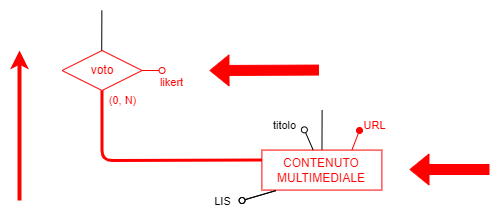
Earlier version of the draw.io export Progetto Esame - DBSperimentazioni A.A. 2023-2024/Immagini/ridondanze/2.3.1.1_schema1a_norid.png (Mattron2000/Basi_di_dati). Source tidied: cells renumbered, new cells last; positions are measured from the earlier drawing's top-left corner, leaving out a move shared by most shapes.
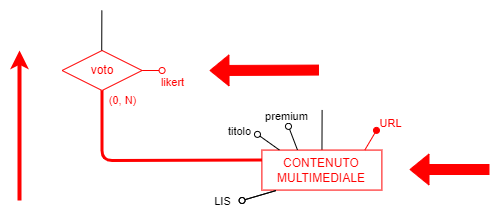
The same file after the commit.

Diff of the diagram source:
```diff
@@ -10,16 +10,6 @@
     <mxCell id="3" value="&lt;font color=&quot;#ff0000&quot;&gt;CONTENUTO&lt;br&gt;MULTIMEDIALE&lt;/font&gt;" style="rounded=0;whiteSpace=wrap;html=1;strokeColor=#FF0000;" parent="1" vertex="1">
       <mxGeometry x="242.4" y="139.6" width="120" height="40" as="geometry" />
     </mxCell>
-    <mxCell id="4" style="endArrow=oval;html=1;fillStyle=auto;strokeWidth=1;startSize=6;endSize=6;fillColor=#000000;startArrow=none;startFill=0;endFill=0;" parent="1" edge="1" source="3">
-      <mxGeometry relative="1" as="geometry">
-        <mxPoint x="284.9" y="119.4" as="targetPoint" />
-      </mxGeometry>
-    </mxCell>
-    <mxCell id="5" value="titolo" style="edgeLabel;html=1;align=center;verticalAlign=middle;" parent="4" vertex="1">
-      <mxGeometry x="0.48" y="1" relative="1" as="geometry">
-        <mxPoint x="-21" y="-10" as="offset" />
-      </mxGeometry>
-    </mxCell>
     <mxCell id="6" style="endArrow=oval;html=1;fillStyle=auto;strokeWidth=1;startSize=6;endSize=6;fillColor=#000000;startArrow=none;startFill=0;endFill=0;exitX=0.117;exitY=1.013;exitDx=0;exitDy=0;exitPerimeter=0;" parent="1" edge="1" source="3">
       <mxGeometry relative="1" as="geometry">
         <mxPoint x="222.6" y="190" as="targetPoint" />
@@ -84,19 +74,42 @@
         <mxPoint x="190" y="60" as="targetPoint" />
       </mxGeometry>
     </mxCell>
-    <mxCell id="18" style="endArrow=oval;html=1;fillStyle=auto;strokeWidth=1;startSize=6;endSize=6;fillColor=#000000;startArrow=none;startFill=0;endFill=1;exitX=0.75;exitY=0;exitDx=0;exitDy=0;strokeColor=#FF0000;" parent="1" edge="1" source="3">
-      <mxGeometry relative="1" as="geometry">
-        <mxPoint x="340" y="120" as="targetPoint" />
-      </mxGeometry>
-    </mxCell>
+    <mxCell id="20" style="shape=flexArrow;endArrow=classic;html=1;strokeColor=#FF0000;fontColor=#FF0000;fillColor=#FF0000;" parent="1" edge="1">
+      <mxGeometry relative="1" as="geometry">
+        <mxPoint x="470" y="159" as="sourcePoint" />
+        <mxPoint x="390" y="159" as="targetPoint" />
+      </mxGeometry>
+    </mxCell>
+    <mxCell id="21" style="endArrow=oval;html=1;fillStyle=auto;strokeWidth=1;startSize=6;endSize=6;fillColor=#000000;startArrow=none;startFill=0;endFill=0;exitX=0.109;exitY=0.001;exitDx=0;exitDy=0;exitPerimeter=0;" parent="1" edge="1">
+      <mxGeometry relative="1" as="geometry">
+        <mxPoint x="259.9" y="139.5" as="sourcePoint" />
+        <mxPoint x="238" y="123.9" as="targetPoint" />
+      </mxGeometry>
+    </mxCell>
+    <mxCell id="5" value="titolo" style="edgeLabel;html=1;align=center;verticalAlign=middle;" parent="21" vertex="1">
+      <mxGeometry x="0.48" y="1" relative="1" as="geometry">
+        <mxPoint x="-23" y="-8" as="offset" />
+      </mxGeometry>
+    </mxCell>
+    <mxCell id="22" style="edgeStyle=none;shape=connector;rounded=1;fillStyle=auto;html=1;labelBackgroundColor=default;strokeColor=default;strokeWidth=1;fontFamily=Helvetica;fontSize=11;fontColor=default;endArrow=none;endFill=0;startSize=6;endSize=6;fillColor=#000000;startArrow=oval;startFill=0;" parent="1" edge="1">
+      <mxGeometry relative="1" as="geometry">
+        <mxPoint x="269" y="115.9" as="sourcePoint" />
+        <mxPoint x="278" y="139.5" as="targetPoint" />
+      </mxGeometry>
+    </mxCell>
+    <mxCell id="23" value="premium" style="edgeLabel;html=1;align=center;verticalAlign=middle;fontSize=11;fontFamily=Helvetica;fontColor=default;" parent="22" vertex="1">
+      <mxGeometry x="-0.26" y="1" relative="1" as="geometry">
+        <mxPoint x="-7" y="-19" as="offset" />
+      </mxGeometry>
+    </mxCell>
     <mxCell id="19" value="&lt;font color=&quot;#ff0000&quot; style=&quot;font-size: 11px;&quot;&gt;URL&lt;/font&gt;" style="text;html=1;align=center;verticalAlign=middle;strokeColor=none;fillColor=none;" parent="1" vertex="1">
-      <mxGeometry x="330" y="100" width="50" height="30" as="geometry" />
+      <mxGeometry x="346.4" y="98.4" width="50" height="30" as="geometry" />
     </mxCell>
-    <mxCell id="20" style="shape=flexArrow;endArrow=classic;html=1;strokeColor=#FF0000;fontColor=#FF0000;fillColor=#FF0000;" parent="1" edge="1">
-      <mxGeometry relative="1" as="geometry">
-        <mxPoint x="470" y="159" as="sourcePoint" />
-        <mxPoint x="390" y="159" as="targetPoint" />
-      </mxGeometry>
-    </mxCell>
+    <mxCell id="24" style="endArrow=oval;html=1;fillStyle=auto;strokeWidth=1;startSize=6;endSize=6;fillColor=#000000;startArrow=none;startFill=0;endFill=1;exitX=0.821;exitY=0.003;exitDx=0;exitDy=0;exitPerimeter=0;strokeColor=#FF0000;" parent="1" edge="1">
+      <mxGeometry relative="1" as="geometry">
+        <mxPoint x="345.3" y="139.6" as="sourcePoint" />
+        <mxPoint x="357" y="119.9" as="targetPoint" />
+      </mxGeometry>
+    </mxCell>
   </root>
 </mxGraphModel>
```
